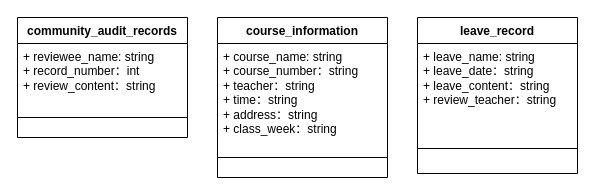
Above: 类图.drawio in Huangzhu-zhu/- (draw.io), before the change. Source tidied: cells renumbered, new cells numbered last; positions are measured from the earlier drawing's top-left corner, leaving out a move shared by most shapes. Both pictures are drawn from the tidied source at 100%, with x=0, y=0 at pixel (17, 17).
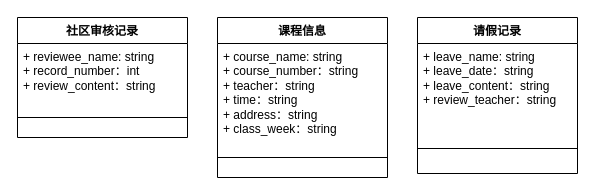
The same diagram, later.

Change to the diagram source:
```diff
@@
 <mxGraphModel>
   <root>
     <mxCell id="0" />
     <mxCell id="1" parent="0" />
-    <mxCell id="2" value="community_audit_records" style="swimlane;fontStyle=1;align=center;verticalAlign=top;horizontal=1;startSize=26;whiteSpace=wrap;html=1;" parent="1" vertex="1">
+    <mxCell id="2" value="社区审核记录" style="swimlane;fontStyle=1;align=center;verticalAlign=top;horizontal=1;startSize=26;whiteSpace=wrap;html=1;" parent="1" vertex="1">
       <mxGeometry width="170" height="120" as="geometry" />
     </mxCell>
     <mxCell id="3" value="+ reviewee_name: string&lt;br&gt;+ record_number：int&lt;br&gt;+ review_content：string" style="text;strokeColor=none;fillColor=none;align=left;verticalAlign=top;spacingLeft=4;spacingRight=4;overflow=hidden;whiteSpace=wrap;html=1;" parent="2" vertex="1">
       <mxGeometry y="26" width="170" height="54" as="geometry" />
     </mxCell>
     <mxCell id="4" style="line;strokeWidth=1;fillColor=none;align=left;verticalAlign=middle;spacingTop=-1;spacingLeft=3;spacingRight=3;labelPosition=right;strokeColor=inherit;" parent="2" vertex="1">
       <mxGeometry y="80" width="170" height="40" as="geometry" />
     </mxCell>
-    <mxCell id="5" value="course_information" style="swimlane;fontStyle=1;align=center;verticalAlign=top;horizontal=1;startSize=26;whiteSpace=wrap;html=1;" parent="1" vertex="1">
+    <mxCell id="5" value="课程信息" style="swimlane;fontStyle=1;align=center;verticalAlign=top;horizontal=1;startSize=26;whiteSpace=wrap;html=1;" parent="1" vertex="1">
       <mxGeometry x="200" width="170" height="160" as="geometry" />
     </mxCell>
     <mxCell id="6" value="+ course_name: string&lt;br&gt;+ course_number：string&lt;br&gt;+ teacher：string&lt;br&gt;+ time：string&lt;br&gt;+ address：string&lt;br&gt;+ class_week：string" style="text;strokeColor=none;fillColor=none;align=left;verticalAlign=top;spacingLeft=4;spacingRight=4;overflow=hidden;whiteSpace=wrap;html=1;" parent="5" vertex="1">
       <mxGeometry y="26" width="170" height="94" as="geometry" />
     </mxCell>
     <mxCell id="7" style="line;strokeWidth=1;fillColor=none;align=left;verticalAlign=middle;spacingTop=-1;spacingLeft=3;spacingRight=3;labelPosition=right;strokeColor=inherit;" parent="5" vertex="1">
       <mxGeometry y="120" width="170" height="40" as="geometry" />
     </mxCell>
-    <mxCell id="8" value="leave_record" style="swimlane;fontStyle=1;align=center;verticalAlign=top;horizontal=1;startSize=26;whiteSpace=wrap;html=1;" parent="1" vertex="1">
+    <mxCell id="8" value="请假记录" style="swimlane;fontStyle=1;align=center;verticalAlign=top;horizontal=1;startSize=26;whiteSpace=wrap;html=1;" parent="1" vertex="1">
       <mxGeometry x="400" width="160" height="156" as="geometry" />
     </mxCell>
     <mxCell id="9" value="+ leave_name: string&lt;br&gt;+ leave_date：string&lt;br&gt;+ leave_content：string&lt;br&gt;+ review_teacher：string" style="text;strokeColor=none;fillColor=none;align=left;verticalAlign=top;spacingLeft=4;spacingRight=4;overflow=hidden;whiteSpace=wrap;html=1;" parent="8" vertex="1">
       <mxGeometry y="26" width="160" height="80" as="geometry" />
     </mxCell>
     <mxCell id="10" style="line;strokeWidth=1;fillColor=none;align=left;verticalAlign=middle;spacingTop=-1;spacingLeft=3;spacingRight=3;labelPosition=right;strokeColor=inherit;" parent="8" vertex="1">
       <mxGeometry y="106" width="160" height="50" as="geometry" />
     </mxCell>
   </root>
 </mxGraphModel>
```
